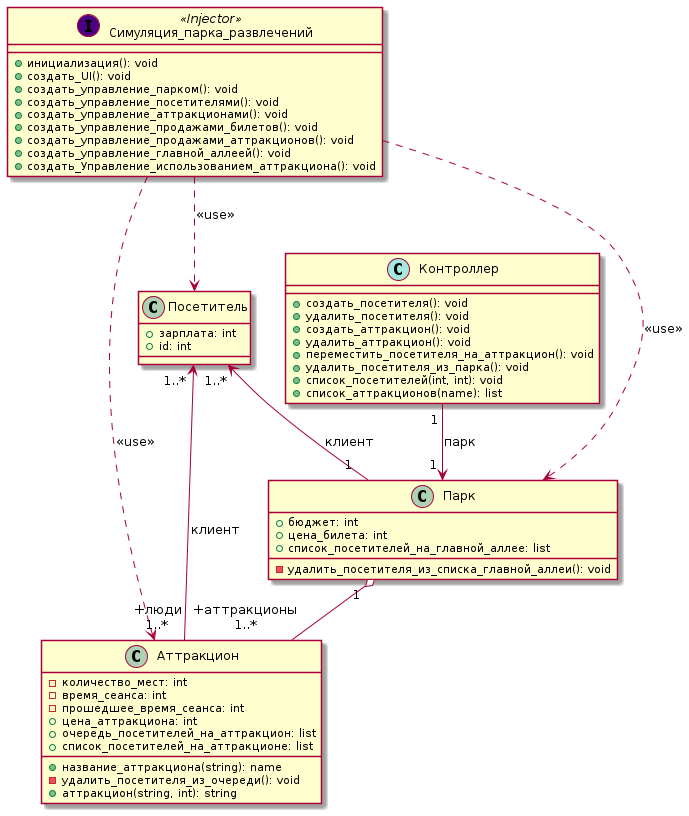
Before: description/images/new-class.png, a diagram exported from PlantUML (mzhirko/amusement-park). Source of this version:
```plantuml
@startuml
Посетитель " 1..* " <-- " 1 " Парк: клиент
Посетитель " 1..* " <-left- " +люди\n 1..* " Аттракцион: клиент
Парк " 1 " o-- " +аттракционы\n 1..*" Аттракцион
Симуляция_парка_развлечений ..> Посетитель: <<use>>
Симуляция_парка_развлечений ..> Парк: <<use>>
Симуляция_парка_развлечений ..> Аттракцион: <<use>>
Контроллер " 1 " --> " 1 " Парк: парк

class Посетитель {
    + зарплата: int
    + id: int
}

class Парк {
    + бюджет: int
    + цена_билета: int
    + список_посетителей_на_главной_аллее: list
    - удалить_посетителя_из_списка_главной_аллеи(): void
}

class Аттракцион {
    - количество_мест: int
    - время_сеанса: int
    - прошедшее_время_сеанса: int
    + цена_аттракциона: int
    + название_аттракциона(string): name
    + очередь_посетителей_на_аттракцион: list
    + список_посетителей_на_аттракционе: list
    - удалить_посетителя_из_очереди(): void
    + аттракцион(string, int): string
}

class Симуляция_парка_развлечений << (I,Indigo) Injector >> {
+ инициализация(): void
+ создать_UI(): void
+ создать_управление_парком(): void
+ создать_управление_посетителями(): void
+ создать_управление_аттракционами(): void
+ создать_управление_продажами_билетов(): void
+ создать_управление_продажами_аттракционов(): void
+ создать_управление_главной_аллеей(): void
+ создать_Управление_использованием_аттракциона(): void
}


class Контроллер << (C,#a4e8e0) >> {
    + создать_посетителя(): void
    + удалить_посетителя(): void
    + создать_аттракцион(): void
    + удалить_аттракцион(): void
    + переместить_посетителя_на_аттракцион(): void
    + удалить_посетителя_из_парка(): void
    + список_посетителей(int, int): void
    + список_аттракционов(name): list
}
@enduml
```
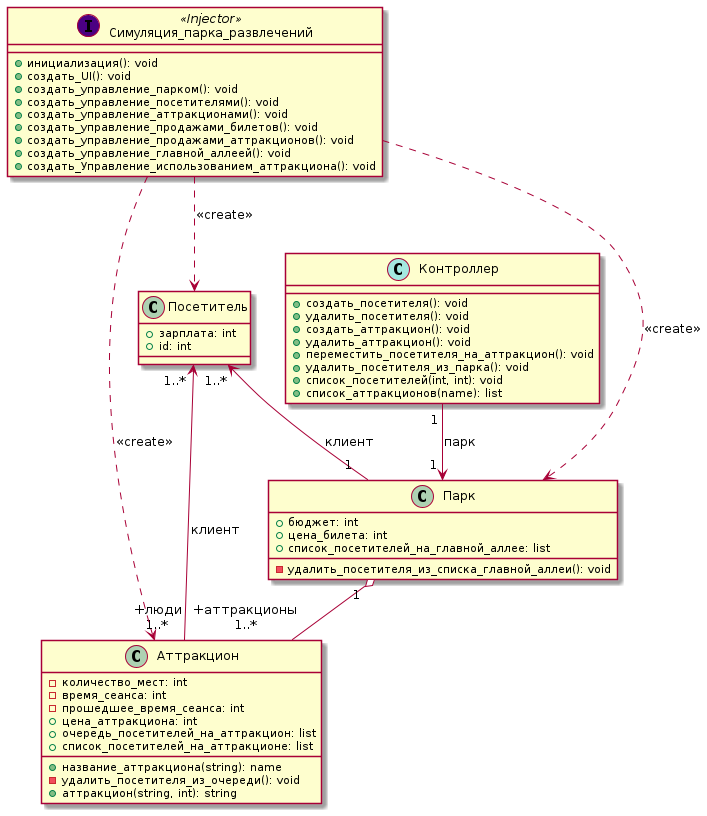
After the change.

Commit message:
Edit class + create state

Diff of the diagram source:
```diff
@@ -2,9 +2,9 @@
 Посетитель " 1..* " <-- " 1 " Парк: клиент
 Посетитель " 1..* " <-left- " +люди\n 1..* " Аттракцион: клиент
 Парк " 1 " o-- " +аттракционы\n 1..*" Аттракцион
-Симуляция_парка_развлечений ..> Посетитель: <<use>>
-Симуляция_парка_развлечений ..> Парк: <<use>>
-Симуляция_парка_развлечений ..> Аттракцион: <<use>>
+Симуляция_парка_развлечений ..> Посетитель: <<create>>
+Симуляция_парка_развлечений ..> Парк: <<create>>
+Симуляция_парка_развлечений ..> Аттракцион: <<create>>
 Контроллер " 1 " --> " 1 " Парк: парк
 
 class Посетитель {
```
